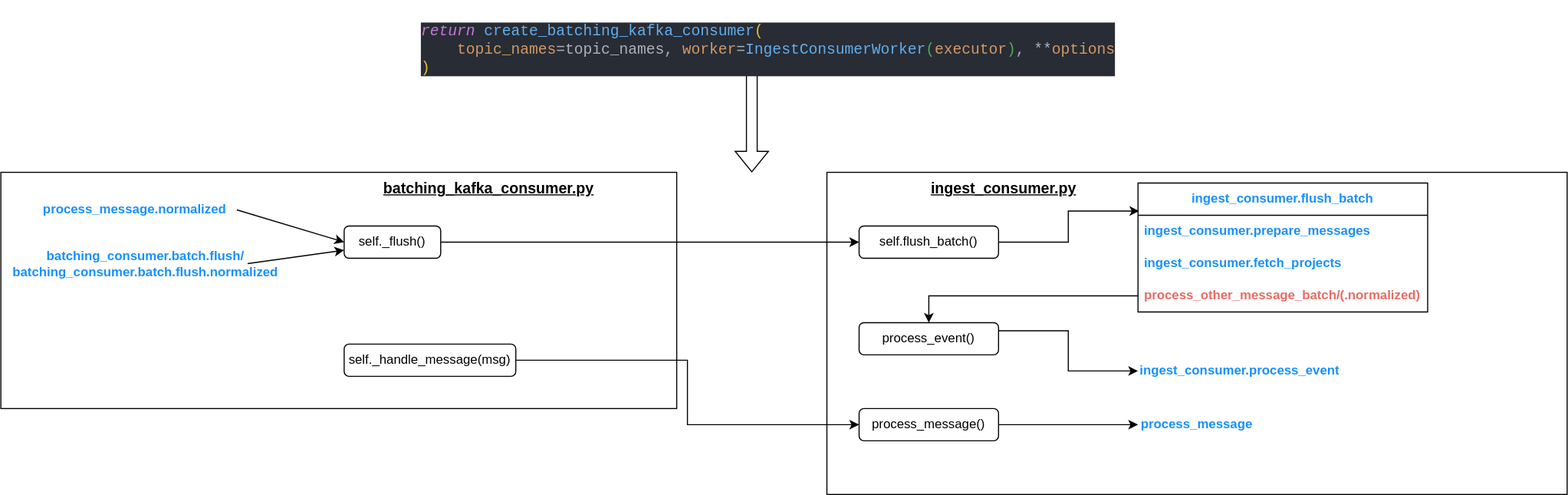
Above: static/img/drawio/sentry-ingest-process.drawio.svg in yayapao/docshub (draw.io), before the change. Source tidied: cells renumbered, new cells last; positions are measured from the earlier drawing's top-left corner, leaving out a move shared by most shapes.
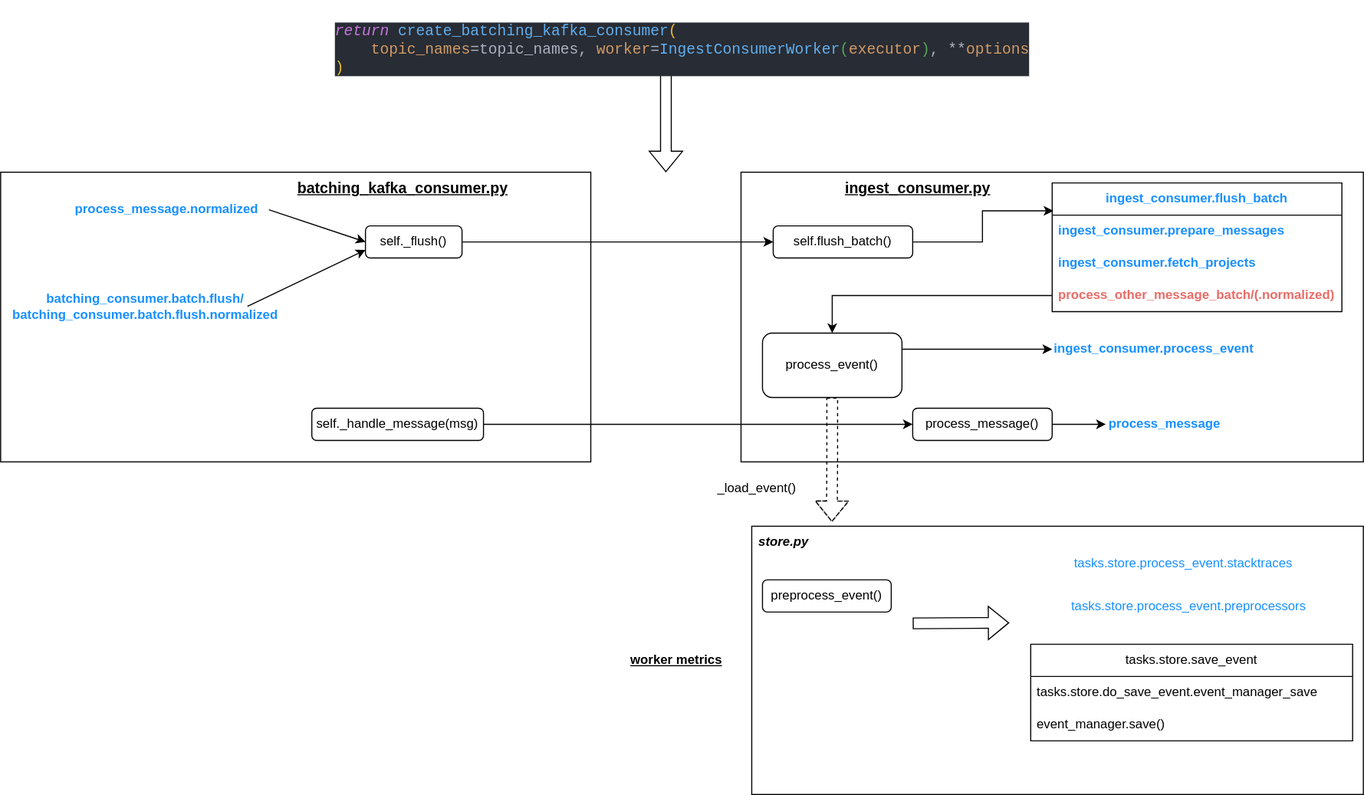
Above is the later version.

Commit message:
docs: add sentry observablity

What changed in the source:
```diff
@@ -3,10 +3,10 @@
     <mxCell id="0" />
     <mxCell id="1" parent="0" />
     <mxCell id="2" style="rounded=0;whiteSpace=wrap;html=1;" parent="1" vertex="1">
-      <mxGeometry x="770" y="160" width="690" height="300" as="geometry" />
+      <mxGeometry x="770" y="160" width="580" height="270" as="geometry" />
     </mxCell>
     <mxCell id="3" style="rounded=0;whiteSpace=wrap;html=1;" parent="1" vertex="1">
-      <mxGeometry y="160" width="630" height="220" as="geometry" />
+      <mxGeometry x="80" y="160" width="550" height="270" as="geometry" />
     </mxCell>
     <mxCell id="4" value="batching_kafka_consumer.py" style="text;html=1;strokeColor=none;fillColor=none;align=center;verticalAlign=middle;whiteSpace=wrap;rounded=0;fontStyle=5;fontSize=14;" parent="1" vertex="1">
       <mxGeometry x="300" y="160" width="310" height="30" as="geometry" />
@@ -15,13 +15,13 @@
       <mxGeometry relative="1" as="geometry" />
     </mxCell>
     <mxCell id="6" value="self._flush()" style="rounded=1;whiteSpace=wrap;html=1;" parent="1" vertex="1">
-      <mxGeometry x="320" y="210" width="90" height="30" as="geometry" />
+      <mxGeometry x="420" y="210" width="90" height="30" as="geometry" />
     </mxCell>
     <mxCell id="7" style="edgeStyle=orthogonalEdgeStyle;rounded=0;jettySize=auto;html=1;exitX=1;exitY=0.5;exitDx=0;exitDy=0;entryX=0;entryY=0.5;entryDx=0;entryDy=0;" parent="1" edge="1" source="8" target="15">
       <mxGeometry relative="1" as="geometry" />
     </mxCell>
     <mxCell id="8" value="self._handle_message(msg)" style="rounded=1;whiteSpace=wrap;html=1;" parent="1" vertex="1">
-      <mxGeometry x="320" y="320" width="160" height="30" as="geometry" />
+      <mxGeometry x="370" y="380" width="160" height="30" as="geometry" />
     </mxCell>
     <mxCell id="9" value="ingest_consumer.py" style="text;html=1;strokeColor=none;fillColor=none;align=center;verticalAlign=middle;whiteSpace=wrap;rounded=0;fontStyle=5;fontSize=14;" parent="1" vertex="1">
       <mxGeometry x="770" y="160" width="330" height="30" as="geometry" />
@@ -33,31 +33,31 @@
       <mxGeometry relative="1" as="geometry" />
     </mxCell>
     <mxCell id="12" value="process_event()" style="rounded=1;whiteSpace=wrap;html=1;" parent="1" vertex="1">
-      <mxGeometry x="800" y="300" width="130" height="30" as="geometry" />
+      <mxGeometry x="790" y="310" width="130" height="60" as="geometry" />
     </mxCell>
     <mxCell id="13" value="ingest_consumer.process_event" style="text;html=1;strokeColor=none;fillColor=none;align=center;verticalAlign=middle;whiteSpace=wrap;rounded=0;fontStyle=1;fontColor=#1890FF;" parent="1" vertex="1">
-      <mxGeometry x="1060" y="330" width="190" height="30" as="geometry" />
+      <mxGeometry x="1060" y="310" width="190" height="30" as="geometry" />
     </mxCell>
     <mxCell id="14" style="edgeStyle=orthogonalEdgeStyle;rounded=0;jettySize=auto;html=1;exitX=1;exitY=0.5;exitDx=0;exitDy=0;" parent="1" edge="1" source="15" target="16">
       <mxGeometry relative="1" as="geometry" />
     </mxCell>
     <mxCell id="15" value="process_message()" style="rounded=1;whiteSpace=wrap;html=1;" parent="1" vertex="1">
-      <mxGeometry x="800" y="380" width="130" height="30" as="geometry" />
+      <mxGeometry x="930" y="380" width="130" height="30" as="geometry" />
     </mxCell>
     <mxCell id="16" value="process_message" style="text;html=1;strokeColor=none;fillColor=none;align=center;verticalAlign=middle;whiteSpace=wrap;rounded=0;fontStyle=1;fontColor=#1890FF;" parent="1" vertex="1">
-      <mxGeometry x="1060" y="375" width="110" height="40" as="geometry" />
+      <mxGeometry x="1110" y="375" width="110" height="40" as="geometry" />
     </mxCell>
     <mxCell id="17" style="rounded=0;jettySize=auto;html=1;exitX=1;exitY=0.5;exitDx=0;exitDy=0;entryX=0;entryY=0.5;entryDx=0;entryDy=0;" parent="1" edge="1" source="18" target="6">
       <mxGeometry relative="1" as="geometry" />
     </mxCell>
     <mxCell id="18" value="process_message.normalized" style="text;html=1;strokeColor=none;fillColor=none;align=center;verticalAlign=middle;whiteSpace=wrap;rounded=0;fontStyle=1;fontColor=#1890ff;" parent="1" vertex="1">
-      <mxGeometry x="30" y="180" width="190" height="30" as="geometry" />
+      <mxGeometry x="140" y="180" width="190" height="30" as="geometry" />
     </mxCell>
     <mxCell id="19" style="rounded=0;jettySize=auto;html=1;exitX=1;exitY=0.5;exitDx=0;exitDy=0;entryX=0;entryY=0.75;entryDx=0;entryDy=0;" parent="1" edge="1" source="20" target="6">
       <mxGeometry relative="1" as="geometry" />
     </mxCell>
     <mxCell id="20" value="batching_consumer.batch.flush/&lt;br&gt;batching_consumer.batch.flush.normalized" style="text;html=1;strokeColor=none;fillColor=none;align=center;verticalAlign=middle;whiteSpace=wrap;rounded=0;fontStyle=1;fontColor=#1890FF;" parent="1" vertex="1">
-      <mxGeometry x="40" y="230" width="190" height="30" as="geometry" />
+      <mxGeometry x="120" y="270" width="190" height="30" as="geometry" />
     </mxCell>
     <mxCell id="21" value="ingest_consumer.flush_batch" style="swimlane;fontStyle=1;horizontal=1;startSize=30;whiteSpace=wrap;html=1;fontColor=#1890FF;" parent="1" vertex="1">
       <mxGeometry x="1060" y="170" width="270" height="120" as="geometry" />
@@ -86,5 +86,44 @@
     <mxCell id="28" style="edgeStyle=orthogonalEdgeStyle;rounded=0;jettySize=auto;html=1;exitX=0;exitY=0.5;exitDx=0;exitDy=0;" parent="1" edge="1" source="24" target="12">
       <mxGeometry relative="1" as="geometry" />
     </mxCell>
+    <mxCell id="29" style="rounded=0;whiteSpace=wrap;html=1;" parent="1" vertex="1">
+      <mxGeometry x="780" y="490" width="570" height="250" as="geometry" />
+    </mxCell>
+    <mxCell id="30" value="_load_event()" style="text;html=1;strokeColor=none;fillColor=none;align=center;verticalAlign=middle;whiteSpace=wrap;rounded=0;fontStyle=0;" parent="1" vertex="1">
+      <mxGeometry x="730" y="440" width="110" height="30" as="geometry" />
+    </mxCell>
+    <mxCell id="31" value="store.py" style="text;html=1;strokeColor=none;fillColor=none;align=center;verticalAlign=middle;whiteSpace=wrap;rounded=0;fontStyle=3;" parent="1" vertex="1">
+      <mxGeometry x="780" y="490" width="60" height="30" as="geometry" />
+    </mxCell>
+    <mxCell id="32" value="preprocess_event()" style="rounded=1;whiteSpace=wrap;html=1;" parent="1" vertex="1">
+      <mxGeometry x="790" y="540" width="120" height="30" as="geometry" />
+    </mxCell>
+    <mxCell id="33" value="tasks.store.save_event" style="swimlane;fontStyle=0;horizontal=1;startSize=30;whiteSpace=wrap;html=1;" parent="1" vertex="1">
+      <mxGeometry x="1040" y="600" width="300" height="90" as="geometry" />
+    </mxCell>
+    <mxCell id="34" value="tasks.store.do_save_event.event_manager_save" style="text;strokeColor=none;fillColor=none;align=left;verticalAlign=middle;spacingLeft=4;spacingRight=4;overflow=hidden;whiteSpace=wrap;html=1;" parent="33" vertex="1">
+      <mxGeometry y="30" width="300" height="30" as="geometry" />
+    </mxCell>
+    <mxCell id="35" value="event_manager.save()" style="text;strokeColor=none;fillColor=none;align=left;verticalAlign=middle;spacingLeft=4;spacingRight=4;overflow=hidden;whiteSpace=wrap;html=1;" parent="33" vertex="1">
+      <mxGeometry y="60" width="300" height="30" as="geometry" />
+    </mxCell>
+    <mxCell id="36" value="tasks.store.process_event.stacktraces" style="text;html=1;strokeColor=none;fillColor=none;align=center;verticalAlign=middle;whiteSpace=wrap;rounded=0;labelBackgroundColor=default;fontColor=#1890FF;" parent="1" vertex="1">
+      <mxGeometry x="1035" y="510" width="295" height="30" as="geometry" />
+    </mxCell>
+    <mxCell id="37" value="tasks.store.process_event.preprocessors" style="text;html=1;strokeColor=none;fillColor=none;align=center;verticalAlign=middle;whiteSpace=wrap;rounded=0;labelBackgroundColor=default;fontColor=#1890FF;" parent="1" vertex="1">
+      <mxGeometry x="1040" y="550" width="295" height="30" as="geometry" />
+    </mxCell>
+    <mxCell id="38" style="shape=flexArrow;endArrow=classic;html=1;rounded=0;entryX=0;entryY=0.75;entryDx=0;entryDy=0;" parent="1" edge="1">
+      <mxGeometry relative="1" as="geometry">
+        <mxPoint x="930" y="580.5" as="sourcePoint" />
+        <mxPoint x="1020" y="580" as="targetPoint" />
+      </mxGeometry>
+    </mxCell>
+    <mxCell id="39" style="edgeStyle=orthogonalEdgeStyle;rounded=0;jettySize=auto;html=1;entryX=0.131;entryY=-0.016;entryDx=0;entryDy=0;entryPerimeter=0;shape=flexArrow;dashed=1;" parent="1" edge="1" source="12" target="29">
+      <mxGeometry relative="1" as="geometry" />
+    </mxCell>
+    <mxCell id="40" value="worker metrics" style="text;html=1;strokeColor=none;fillColor=none;align=center;verticalAlign=middle;whiteSpace=wrap;rounded=0;fontStyle=5;" parent="1" vertex="1">
+      <mxGeometry x="650" y="600" width="120" height="30" as="geometry" />
+    </mxCell>
   </root>
 </mxGraphModel>
```
